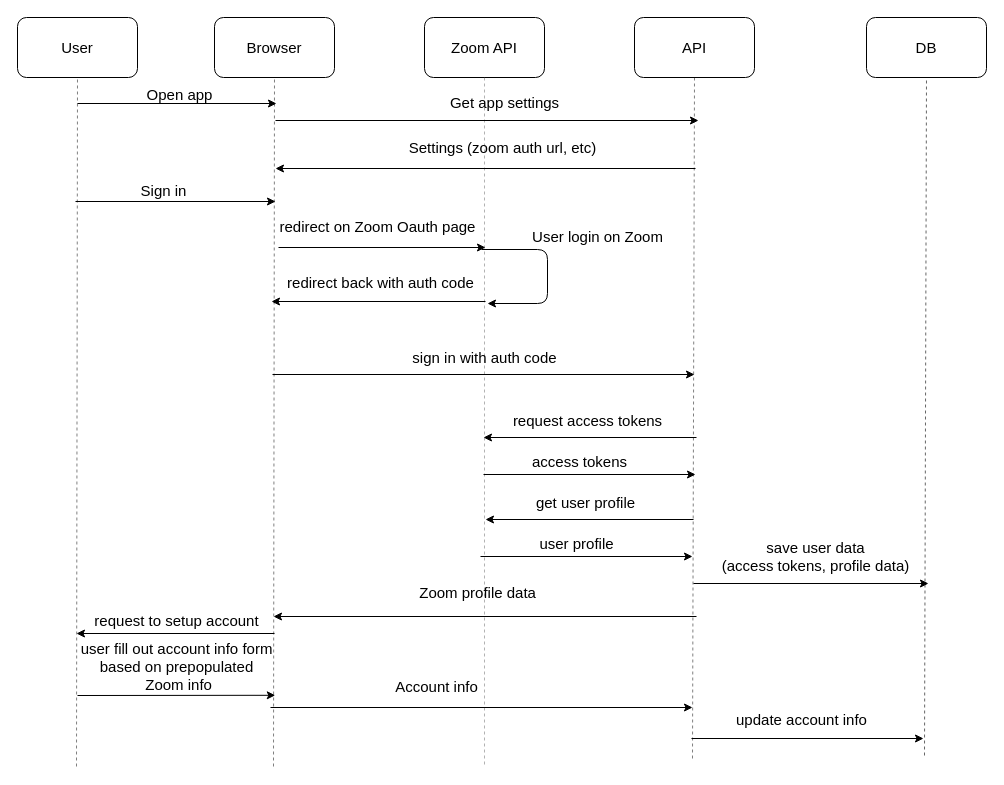
Earlier version of the draw.io diagram docs/Zoom auth flow.drawio (amaevsky/t2m). Source tidied: cells renumbered, new cells numbered last; positions are measured from the earlier drawing's top-left corner, leaving out a move shared by most shapes. Both pictures are drawn from the tidied source at 100%, with x=0, y=0 at pixel (17, 17).
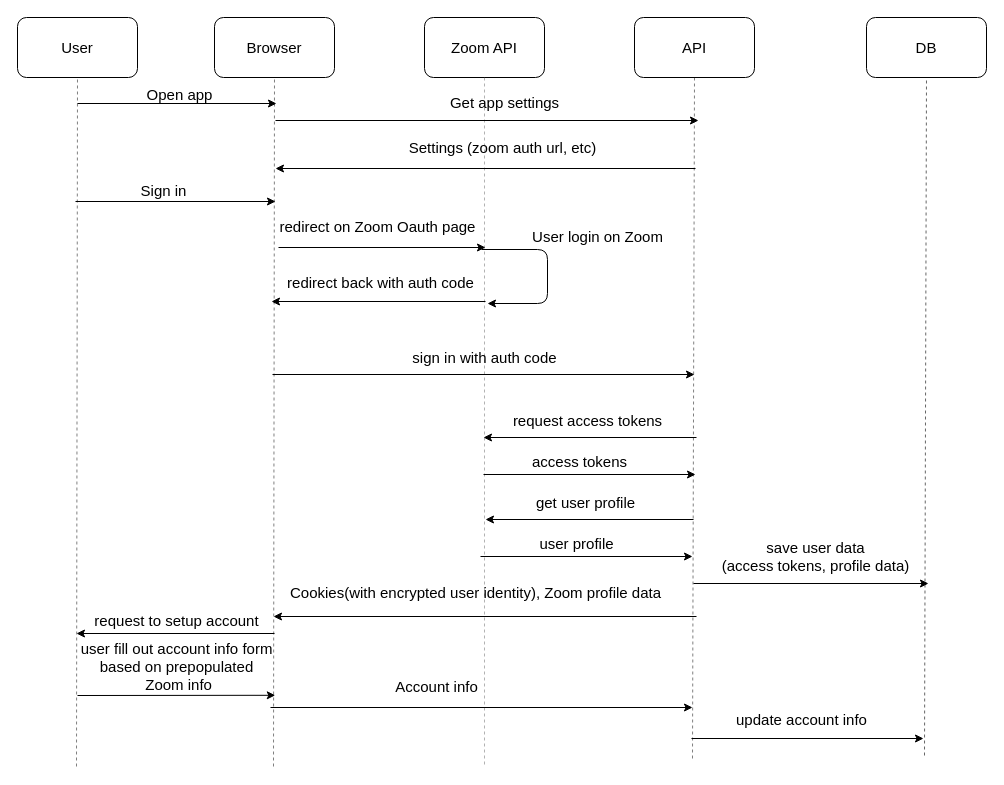
Above is the later version.

Change to the diagram source:
```diff
@@
-    <mxCell id="35" value="&amp;nbsp;Zoom profile data" style="text;html=1;align=center;verticalAlign=middle;fontSize=15;" parent="1" vertex="1">
-      <mxGeometry x="392" y="564" width="131" height="22" as="geometry" />
+    <mxCell id="35" value="Cookies(with encrypted user identity), Zoom profile data" style="text;html=1;align=center;verticalAlign=middle;fontSize=15;" parent="1" vertex="1">
+      <mxGeometry x="267" y="564" width="381" height="22" as="geometry" />
     </mxCell>
```
